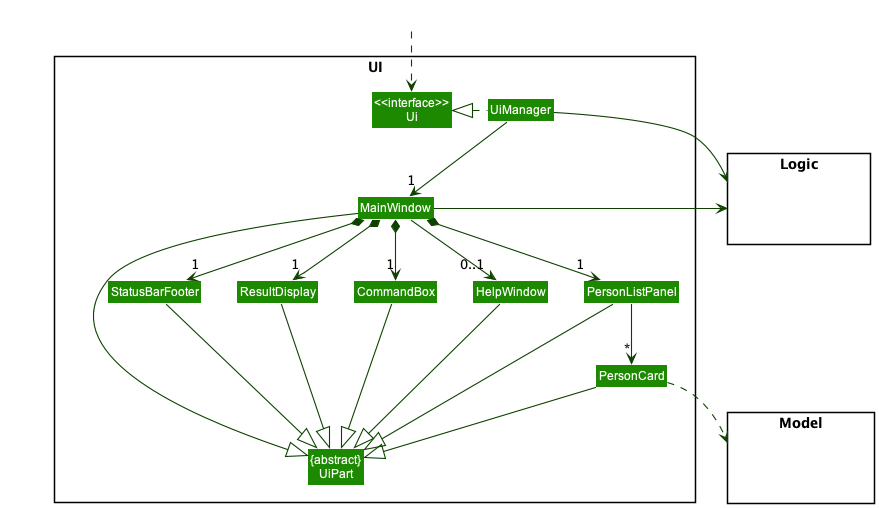
nus-cs2103-AY2223S1/tp keeps this PlantUML diagram as docs/images/UiClassDiagram.png. Above is the earlier version.
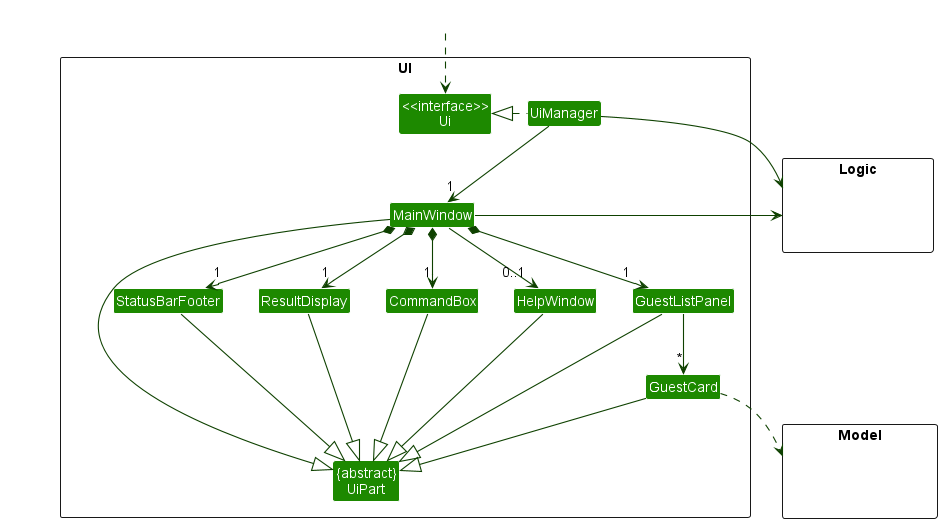
After the change.

Diff of the diagram source:
```diff
@@ -11,8 +11,8 @@
 Class MainWindow
 Class HelpWindow
 Class ResultDisplay
-Class PersonListPanel
-Class PersonCard
+Class GuestListPanel
+Class GuestCard
 Class StatusBarFooter
 Class CommandBox
 }
@@ -32,26 +32,26 @@
 UiManager -down-> "1" MainWindow
 MainWindow *-down->  "1" CommandBox
 MainWindow *-down-> "1" ResultDisplay
-MainWindow *-down-> "1" PersonListPanel
+MainWindow *-down-> "1" GuestListPanel
 MainWindow *-down-> "1" StatusBarFooter
 MainWindow --> "0..1" HelpWindow
 
-PersonListPanel -down-> "*" PersonCard
+GuestListPanel -down-> "*" GuestCard
 
 MainWindow -left-|> UiPart
 
 ResultDisplay --|> UiPart
 CommandBox --|> UiPart
-PersonListPanel --|> UiPart
-PersonCard --|> UiPart
+GuestListPanel --|> UiPart
+GuestCard --|> UiPart
 StatusBarFooter --|> UiPart
 HelpWindow --|> UiPart
 
-PersonCard ..> Model
+GuestCard ..> Model
 UiManager -right-> Logic
 MainWindow -left-> Logic
 
-PersonListPanel -[hidden]left- HelpWindow
+GuestListPanel -[hidden]left- HelpWindow
 HelpWindow -[hidden]left- CommandBox
 CommandBox -[hidden]left- ResultDisplay
 ResultDisplay -[hidden]left- StatusBarFooter
```
